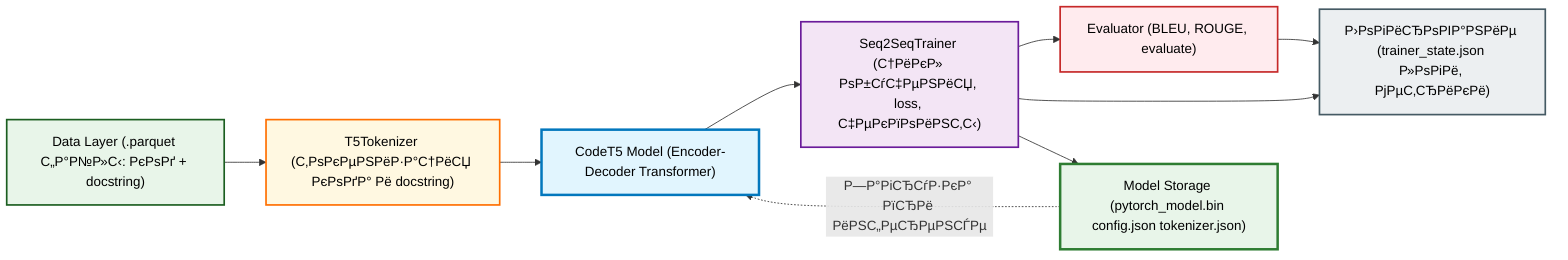
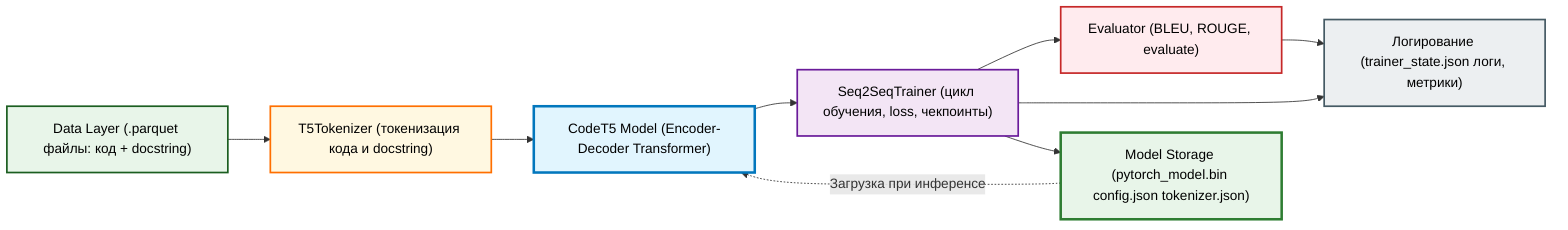
- ﻿%%{init: {'theme': 'default', 'themeVariables': { 'background': '#FFFFFF' }}}%%
+ %%{init: {'theme': 'default', 'themeVariables': { 'background': '#FFFFFF' }}}%%
flowchart LR
-     %% Р’С…РѕРґРЅС‹Рµ РґР°РЅРЅС‹Рµ
-     A["Data Layer (.parquet С„Р°Р№Р»С‹: РєРѕРґ + docstring)"]
+     %% Входные данные
+     A["Data Layer (.parquet файлы: код + docstring)"]

-     %% РћСЃРЅРѕРІРЅС‹Рµ РєРѕРјРїРѕРЅРµРЅС‚С‹
-     B["T5Tokenizer (С‚РѕРєРµРЅРёР·Р°С†РёСЏ РєРѕРґР° Рё docstring)"]
+     %% Основные компоненты
+     B["T5Tokenizer (токенизация кода и docstring)"]
    C["CodeT5 Model (Encoder-Decoder Transformer)"]
-     D["Seq2SeqTrainer (С†РёРєР» РѕР±СѓС‡РµРЅРёСЏ, loss, С‡РµРєРїРѕРёРЅС‚С‹)"]
+     D["Seq2SeqTrainer (цикл обучения, loss, чекпоинты)"]
    E["Evaluator (BLEU, ROUGE, evaluate)"]
    F["Model Storage (pytorch_model.bin config.json tokenizer.json)"]
-     G["Р›РѕРіРёСЂРѕРІР°РЅРёРµ (trainer_state.json Р»РѕРіРё, РјРµС‚СЂРёРєРё)"]
+     G["Логирование (trainer_state.json логи, метрики)"]

-     %% РЎРІСЏР·Рё
+     %% Связи
    A --> B
    B --> C
    C --> D
    D --> E
    D --> G
    D --> F
    E --> G
-     F -.->|Р—Р°РіСЂСѓР·РєР° РїСЂРё РёРЅС„РµСЂРµРЅСЃРµ| C
+     F -.->|Загрузка при инференсе| C

-     %% === Р¦Р’Р•РўРђ: РІС‹СЃРѕРєР°СЏ С‡РёС‚Р°РµРјРѕСЃС‚СЊ, WCAG ===
+     %% === ЦВЕТА: высокая читаемость, WCAG ===
    style A fill:#E8F5E9,stroke:#1B5E20,stroke-width:2px,color:#000
    style B fill:#FFF8E1,stroke:#FF6F00,stroke-width:2px,color:#000
    style C fill:#E1F5FE,stroke:#0277BD,stroke-width:3px,color:#000
    style D fill:#F3E5F5,stroke:#6A1B9A,stroke-width:2px,color:#000
    style E fill:#FFEBEE,stroke:#C62828,stroke-width:2px,color:#000
    style F fill:#E8F5E9,stroke:#2E7D32,stroke-width:3px,color:#000
    style G fill:#ECEFF1,stroke:#455A64,stroke-width:2px,color:#000
